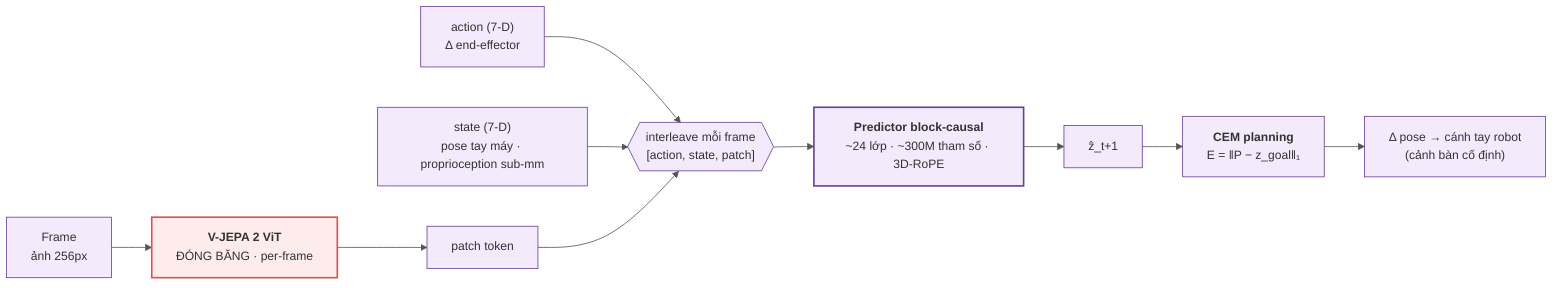
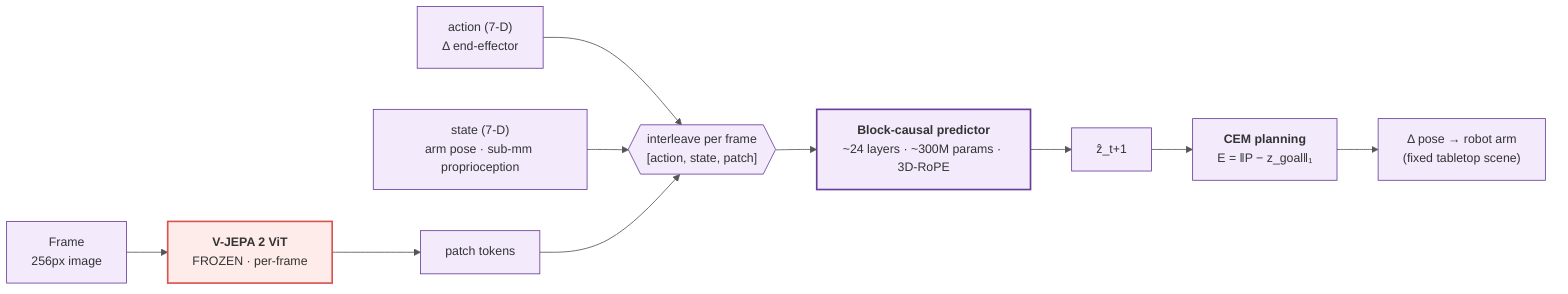
%%{init: {'theme':'base','themeVariables':{'fontSize':'15px','primaryColor':'#f3eafb','primaryBorderColor':'#6a3d9a','lineColor':'#555'}}}%%
flowchart LR
-   IMG["Frame<br/>ảnh 256px"] --> ENC["<b>V-JEPA 2 ViT</b><br/>ĐÓNG BĂNG · per-frame"]
-   ENC --> TOK["patch token"]
+   IMG["Frame<br/>256px image"] --> ENC["<b>V-JEPA 2 ViT</b><br/>FROZEN · per-frame"]
+   ENC --> TOK["patch tokens"]
  ACT["action (7-D)<br/>Δ end-effector"] --> GRP
-   ST["state (7-D)<br/>pose tay máy · proprioception sub-mm"] --> GRP
-   TOK --> GRP{{"interleave mỗi frame<br/>[action, state, patch]"}}
-   GRP --> PRED["<b>Predictor block-causal</b><br/>~24 lớp · ~300M tham số · 3D-RoPE"]
+   ST["state (7-D)<br/>arm pose · sub-mm proprioception"] --> GRP
+   TOK --> GRP{{"interleave per frame<br/>[action, state, patch]"}}
+   GRP --> PRED["<b>Block-causal predictor</b><br/>~24 layers · ~300M params · 3D-RoPE"]
  PRED --> ZH["ẑ_t+1"]
  ZH --> CEM["<b>CEM planning</b><br/>E = ‖P − z_goal‖₁"]
-   CEM --> OUT["Δ pose → cánh tay robot<br/>(cảnh bàn cố định)"]
+   CEM --> OUT["Δ pose → robot arm<br/>(fixed tabletop scene)"]
  classDef frozen fill:#fdecea,stroke:#d9534f,stroke-width:2px;
  classDef train fill:#f3eafb,stroke:#6a3d9a,stroke-width:2px;
  class ENC frozen;
  class PRED train;
